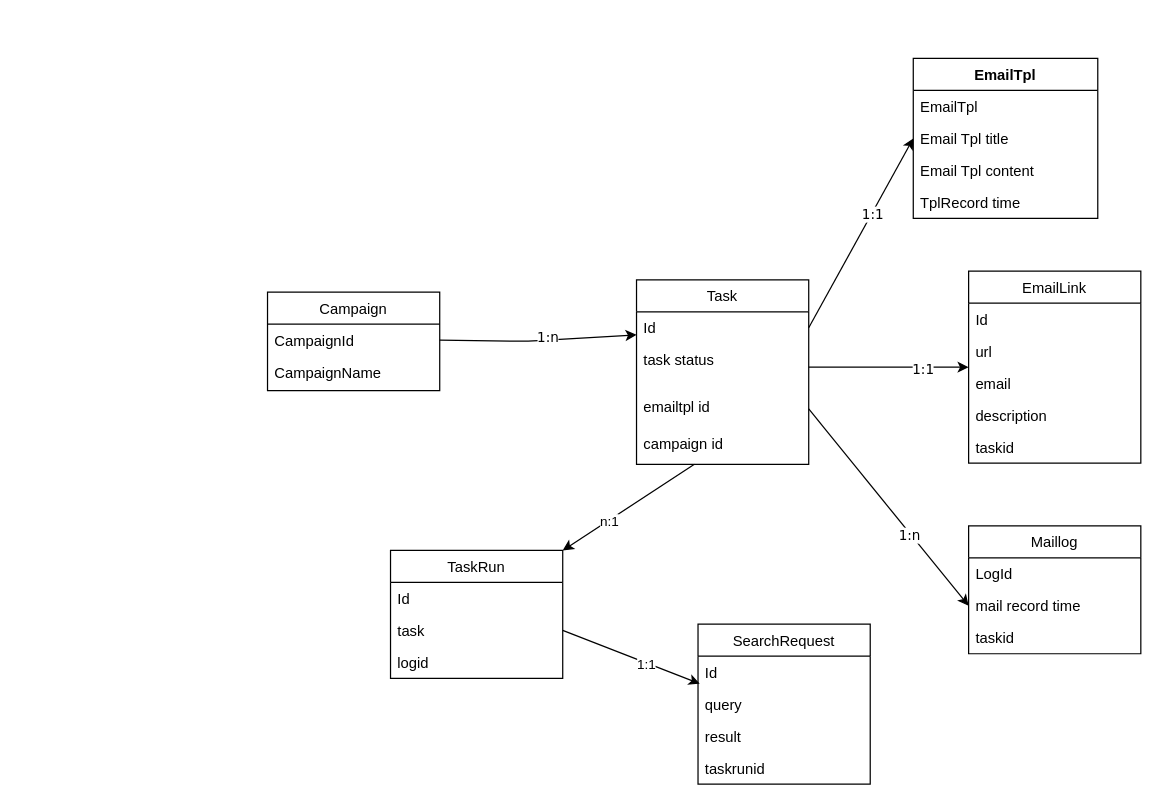
Before: doc/class.drawio in robertzengcn/marketing, a draw.io diagram. Source tidied: cells renumbered, new cells numbered last; positions are measured from the earlier drawing's top-left corner, leaving out a move shared by most shapes. Both pictures are drawn from the tidied source at 123%, with x=0, y=0 at pixel (267, 58).
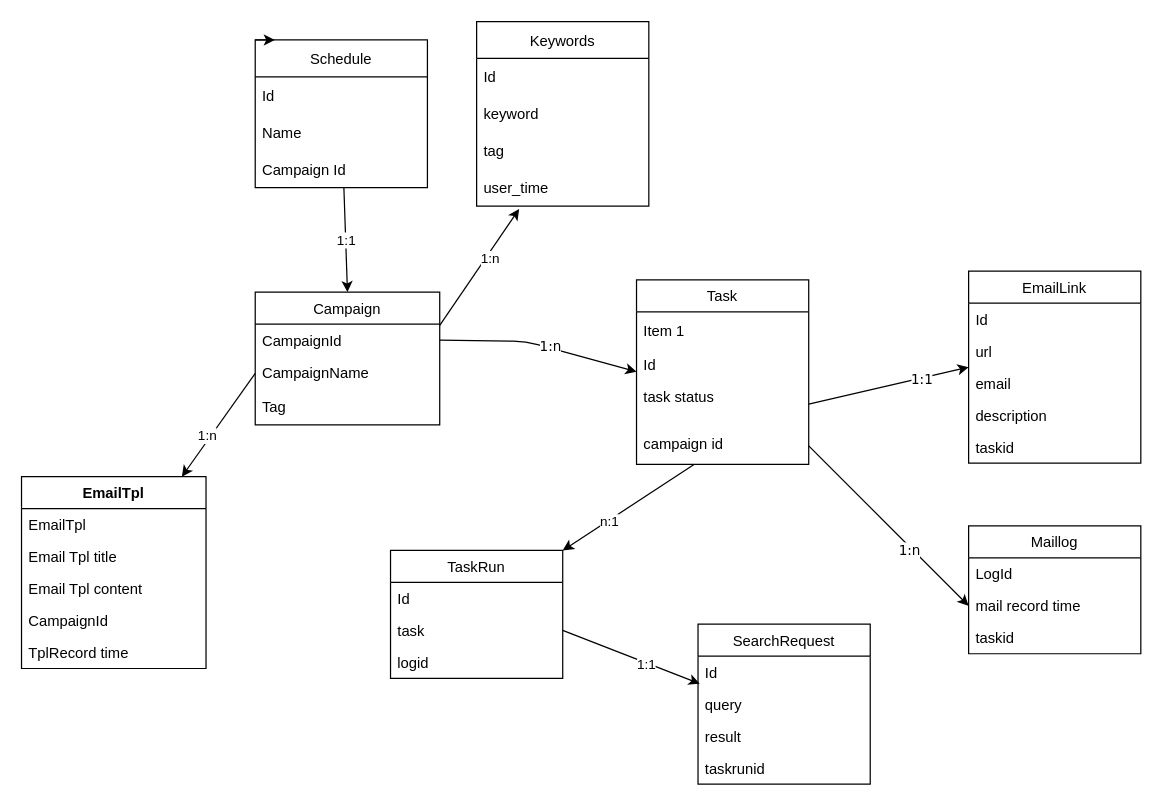
The same diagram, later.

Unchanged cells that the change refers to:
```xml
<mxCell id="12" value="mail record time" style="text;strokeColor=none;fillColor=none;align=left;verticalAlign=top;spacingLeft=4;spacingRight=4;overflow=hidden;points=[[0,0.5],[1,0.5]];portConstraint=eastwest;" parent="10" vertex="1">
  <mxGeometry y="52" width="140" height="26" as="geometry" />
</mxCell>
<mxCell id="20" value="Task" style="swimlane;fontStyle=0;horizontal=1;startSize=26;fillColor=none;" parent="1" vertex="1">
  <mxGeometry x="300" y="180" width="140" height="150" as="geometry" />
</mxCell>
```

What changed in the source:
```diff
@@
+    <mxCell id="46" style="edgeStyle=none;html=1;exitX=1;exitY=0.25;exitDx=0;exitDy=0;entryX=0.247;entryY=1.08;entryDx=0;entryDy=0;entryPerimeter=0;" parent="1" edge="1" source="2" target="59">
+      <mxGeometry relative="1" as="geometry" />
+    </mxCell>
+    <mxCell id="47" value="1:n" style="edgeLabel;html=1;align=center;verticalAlign=middle;" parent="46" vertex="1">
+      <mxGeometry x="0.19" y="-3" relative="1" as="geometry" />
+    </mxCell>
     <mxCell id="2" value="Campaign" style="swimlane;fontStyle=0;horizontal=1;startSize=26;fillColor=none;" parent="1" vertex="1">
-      <mxGeometry y="190" width="140" height="80" as="geometry" />
+      <mxGeometry x="-10" y="190" width="150" height="108" as="geometry" />
     </mxCell>
     <mxCell id="3" value="CampaignId" style="text;strokeColor=none;fillColor=none;align=left;verticalAlign=top;spacingLeft=4;spacingRight=4;overflow=hidden;points=[[0,0.5],[1,0.5]];portConstraint=eastwest;" parent="2" vertex="1">
-      <mxGeometry y="26" width="140" height="26" as="geometry" />
+      <mxGeometry y="26" width="150" height="26" as="geometry" />
     </mxCell>
     <mxCell id="4" value="CampaignName" style="text;strokeColor=none;fillColor=none;align=left;verticalAlign=top;spacingLeft=4;spacingRight=4;overflow=hidden;points=[[0,0.5],[1,0.5]];portConstraint=eastwest;" parent="2" vertex="1">
-      <mxGeometry y="52" width="140" height="28" as="geometry" />
+      <mxGeometry y="52" width="150" height="28" as="geometry" />
     </mxCell>
+    <mxCell id="48" value="Tag" style="text;strokeColor=none;fillColor=none;align=left;verticalAlign=top;spacingLeft=4;spacingRight=4;overflow=hidden;" parent="2" vertex="1">
+      <mxGeometry y="80" width="150" height="28" as="geometry" />
+    </mxCell>
     <mxCell id="5" value="EmailTpl" style="swimlane;fontStyle=1;horizontal=1;startSize=26;fillColor=none;" parent="1" vertex="1">
-      <mxGeometry x="525" width="150" height="130" as="geometry" />
+      <mxGeometry x="-200" y="340" width="150" height="156" as="geometry" />
     </mxCell>
@@
+    <mxCell id="49" value="CampaignId" style="text;strokeColor=none;fillColor=none;align=left;verticalAlign=top;spacingLeft=4;spacingRight=4;overflow=hidden;" parent="5" vertex="1">
+      <mxGeometry y="104" width="150" height="26" as="geometry" />
+    </mxCell>
     <mxCell id="9" value="TplRecord time&#10;&#10;" style="text;strokeColor=none;fillColor=none;align=left;verticalAlign=top;spacingLeft=4;spacingRight=4;overflow=hidden;" parent="5" vertex="1">
-      <mxGeometry y="104" width="150" height="26" as="geometry" />
+      <mxGeometry y="130" width="150" height="26" as="geometry" />
     </mxCell>
@@
+    <mxCell id="50" value="Item 1" style="text;strokeColor=none;fillColor=none;align=left;verticalAlign=middle;spacingLeft=4;spacingRight=4;overflow=hidden;" parent="20" vertex="1">
+      <mxGeometry y="26" width="140" height="30" as="geometry" />
+    </mxCell>
     <mxCell id="21" value="Id" style="text;strokeColor=none;fillColor=none;align=left;verticalAlign=top;spacingLeft=4;spacingRight=4;overflow=hidden;points=[[0,0.5],[1,0.5]];portConstraint=eastwest;" parent="20" vertex="1">
-      <mxGeometry y="26" width="140" height="26" as="geometry" />
+      <mxGeometry y="56" width="140" height="26" as="geometry" />
     </mxCell>
     <mxCell id="22" value="task status&#10;" style="text;strokeColor=none;fillColor=none;align=left;verticalAlign=top;spacingLeft=4;spacingRight=4;overflow=hidden;points=[[0,0.5],[1,0.5]];portConstraint=eastwest;" parent="20" vertex="1">
-      <mxGeometry y="52" width="140" height="38" as="geometry" />
+      <mxGeometry y="82" width="140" height="38" as="geometry" />
     </mxCell>
-    <mxCell id="23" value="emailtpl id" style="text;strokeColor=none;fillColor=none;align=left;verticalAlign=top;spacingLeft=4;spacingRight=4;overflow=hidden;points=[[0,0.5],[1,0.5]];portConstraint=eastwest;" parent="20" vertex="1">
-      <mxGeometry y="90" width="140" height="30" as="geometry" />
-    </mxCell>
@@
-    <mxCell id="27" style="edgeStyle=none;html=1;exitX=1;exitY=0.5;exitDx=0;exitDy=0;entryX=0;entryY=0.5;entryDx=0;entryDy=0;fontFamily=Verdana;" parent="1" edge="1" source="21" target="5">
-      <mxGeometry relative="1" as="geometry" />
-    </mxCell>
-    <mxCell id="28" value="1:1" style="edgeLabel;html=1;align=center;verticalAlign=middle;fontFamily=Verdana;" parent="27" vertex="1">
-      <mxGeometry x="0.21" relative="1" as="geometry" />
-    </mxCell>
@@
-    <mxCell id="31" style="edgeStyle=none;html=1;exitX=1;exitY=0.5;exitDx=0;exitDy=0;fontFamily=Verdana;entryX=0;entryY=0.5;entryDx=0;entryDy=0;" parent="1" edge="1" source="23" target="12">
-      <mxGeometry relative="1" as="geometry" />
+    <mxCell id="31" style="edgeStyle=none;html=1;exitX=1;exitY=0.5;exitDx=0;exitDy=0;fontFamily=Verdana;entryX=0;entryY=0.5;entryDx=0;entryDy=0;" parent="1" edge="1" target="12">
+      <mxGeometry relative="1" as="geometry">
+        <mxPoint x="440" y="315" as="sourcePoint" />
+      </mxGeometry>
     </mxCell>
@@
+    <mxCell id="28" value="1:1" style="edgeStyle=none;html=1;entryX=0.5;entryY=0;entryDx=0;entryDy=0;" parent="1" edge="1" source="51" target="2">
+      <mxGeometry relative="1" as="geometry" />
+    </mxCell>
+    <mxCell id="51" value="Schedule" style="swimlane;fontStyle=0;horizontal=1;startSize=30;" parent="1" vertex="1">
+      <mxGeometry x="-10" y="-15" width="140" height="120" as="geometry" />
+    </mxCell>
+    <mxCell id="52" value="Id" style="text;strokeColor=none;fillColor=none;align=left;verticalAlign=middle;spacingLeft=4;spacingRight=4;overflow=hidden;" parent="51" vertex="1">
+      <mxGeometry y="30" width="140" height="30" as="geometry" />
+    </mxCell>
+    <mxCell id="53" value="Name" style="text;strokeColor=none;fillColor=none;align=left;verticalAlign=middle;spacingLeft=4;spacingRight=4;overflow=hidden;" parent="51" vertex="1">
+      <mxGeometry y="60" width="140" height="30" as="geometry" />
+    </mxCell>
+    <mxCell id="54" value="Campaign Id" style="text;strokeColor=none;fillColor=none;align=left;verticalAlign=middle;spacingLeft=4;spacingRight=4;overflow=hidden;" parent="51" vertex="1">
+      <mxGeometry y="90" width="140" height="30" as="geometry" />
+    </mxCell>
+    <mxCell id="55" value="Keywords" style="swimlane;fontStyle=0;horizontal=1;startSize=30;" parent="1" vertex="1">
+      <mxGeometry x="170" y="-30" width="140" height="150" as="geometry" />
+    </mxCell>
+    <mxCell id="56" value="Id" style="text;strokeColor=none;fillColor=none;align=left;verticalAlign=middle;spacingLeft=4;spacingRight=4;overflow=hidden;" parent="55" vertex="1">
+      <mxGeometry y="30" width="140" height="30" as="geometry" />
+    </mxCell>
+    <mxCell id="57" value="keyword" style="text;strokeColor=none;fillColor=none;align=left;verticalAlign=middle;spacingLeft=4;spacingRight=4;overflow=hidden;" parent="55" vertex="1">
+      <mxGeometry y="60" width="140" height="30" as="geometry" />
+    </mxCell>
+    <mxCell id="58" value="tag" style="text;strokeColor=none;fillColor=none;align=left;verticalAlign=middle;spacingLeft=4;spacingRight=4;overflow=hidden;" parent="55" vertex="1">
+      <mxGeometry y="90" width="140" height="30" as="geometry" />
+    </mxCell>
+    <mxCell id="59" value="user_time" style="text;strokeColor=none;fillColor=none;align=left;verticalAlign=middle;spacingLeft=4;spacingRight=4;overflow=hidden;points=[[0,0.5],[1,0.5]];portConstraint=eastwest;" parent="55" vertex="1">
+      <mxGeometry y="120" width="140" height="30" as="geometry" />
+    </mxCell>
+    <mxCell id="60" style="edgeStyle=none;html=1;exitX=0;exitY=0;exitDx=0;exitDy=0;entryX=0.114;entryY=0;entryDx=0;entryDy=0;entryPerimeter=0;" parent="1" edge="1" source="51" target="51">
+      <mxGeometry relative="1" as="geometry" />
+    </mxCell>
+    <mxCell id="61" style="edgeStyle=none;html=1;exitX=0;exitY=0.5;exitDx=0;exitDy=0;" parent="1" edge="1" source="4" target="5">
+      <mxGeometry relative="1" as="geometry" />
+    </mxCell>
+    <mxCell id="62" value="1:n" style="edgeLabel;html=1;align=center;verticalAlign=middle;" parent="61" vertex="1">
+      <mxGeometry x="0.24" y="-3" relative="1" as="geometry" />
+    </mxCell>
```
